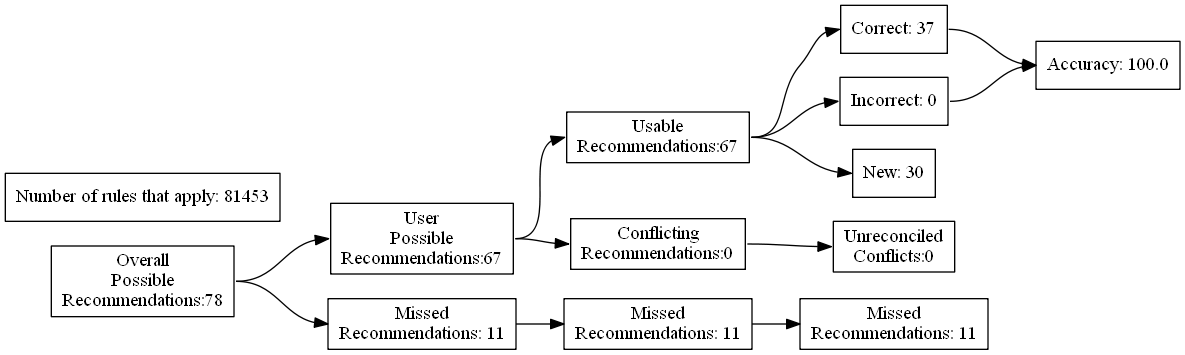
Before: test_renders/67.gv.png, a diagram exported from Graphviz (ZaxR/ibd_diet_analysis). Its source is kept beside it as test_renders/67.gv.
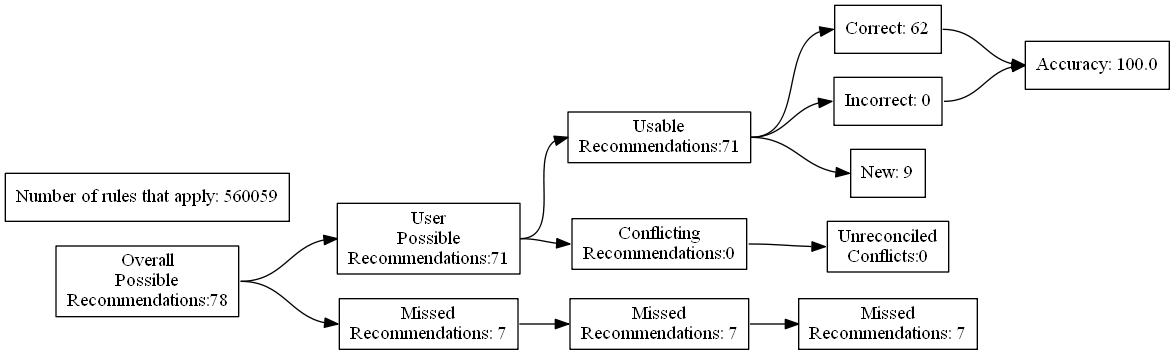
After the change.

What changed in the source:
```diff
@@ -7,24 +7,24 @@
 Recommendations:78"]
 		B [label="User
 Possible
-Recommendations:67"]
+Recommendations:71"]
 		C [label="Missed
-Recommendations: 11"]
+Recommendations: 7"]
 		D [label="Usable
-Recommendations:67"]
+Recommendations:71"]
 		E [label="Conflicting
 Recommendations:0"]
 		J [label="Missed
-Recommendations: 11"]
+Recommendations: 7"]
 		M [label="Unreconciled
 Conflicts:0"]
-		F [label="Correct: 37"]
+		F [label="Correct: 62"]
 		G [label="Incorrect: 0"]
-		H [label="New: 30"]
+		H [label="New: 9"]
 		K [label="Missed
-Recommendations: 11"]
+Recommendations: 7"]
 		I [label="Accuracy: 100.0"]
-		l [label="Number of rules that apply: 81453"]
+		l [label="Number of rules that apply: 560059"]
 			A -> B
 			A -> C
 			B -> D
```
